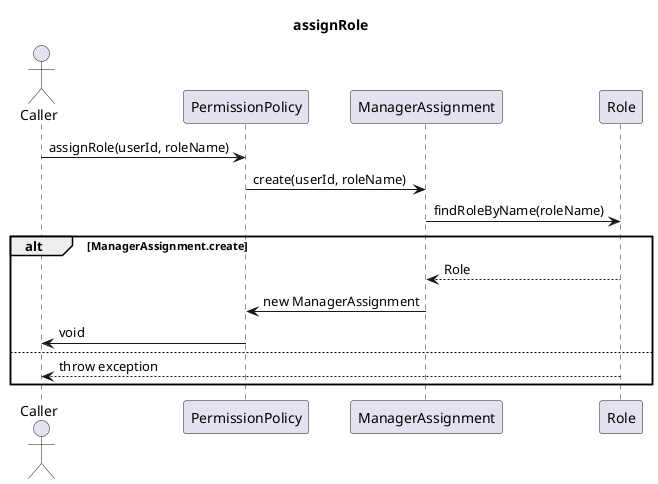
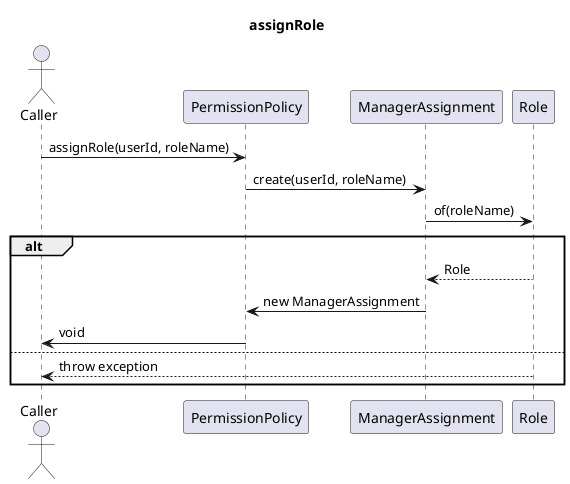
@startuml PermissionPolicy_assignRole
title assignRole

actor Caller
participant PermissionPolicy
participant ManagerAssignment
participant Role

Caller -> PermissionPolicy : assignRole(userId, roleName)

PermissionPolicy -> ManagerAssignment : create(userId, roleName)
- ManagerAssignment -> Role : findRoleByName(roleName)
- alt ManagerAssignment.create
+ ManagerAssignment -> Role : of(roleName)
+ alt
  Role --> ManagerAssignment: Role
  ManagerAssignment -> PermissionPolicy : new ManagerAssignment
  PermissionPolicy -> Caller : void
else
  Role --> Caller: throw exception
end
@enduml